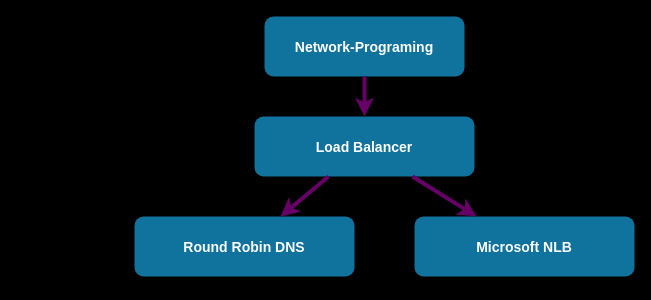
This is Nätverks.drawio from mogggen/Network-tests, a draw.io file, before an edit. Source tidied: cells renumbered, new cells numbered last; positions are measured from the earlier drawing's top-left corner, leaving out a move shared by most shapes. Both pictures are drawn from the tidied source at 100%, with x=0, y=0 at pixel (134, 16).
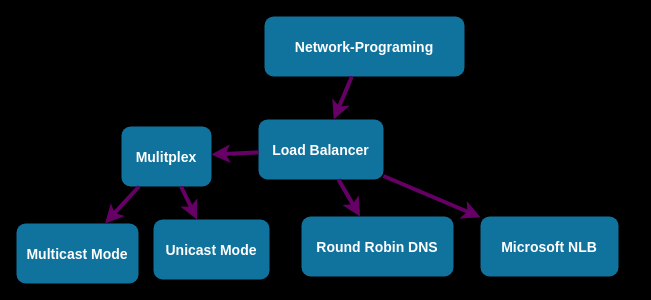
The same diagram, later.

Commit message:
more junk *sad yeti noices*

What changed in the source:
```diff
@@
 <mxGraphModel background="#000000">
   <root>
     <mxCell id="0" />
     <mxCell id="1" parent="0" />
     <mxCell id="2" value="Network-Programing" style="rounded=1;fillColor=#10739E;strokeColor=none;shadow=1;gradientColor=none;fontStyle=1;fontColor=#FFFFFF;fontSize=14;" parent="1" vertex="1">
       <mxGeometry x="130" width="200" height="60" as="geometry" />
     </mxCell>
     <mxCell id="3" value="Load Balancer" style="rounded=1;fillColor=#10739E;strokeColor=none;shadow=1;gradientColor=none;fontStyle=1;fontColor=#FFFFFF;fontSize=14;" parent="1" vertex="1">
-      <mxGeometry x="120" y="100" width="220" height="60" as="geometry" />
+      <mxGeometry x="124" y="103" width="125" height="60" as="geometry" />
     </mxCell>
     <mxCell id="4" value="Round Robin DNS" style="rounded=1;fillColor=#10739E;strokeColor=none;shadow=1;gradientColor=none;fontStyle=1;fontColor=#FFFFFF;fontSize=14;" parent="1" vertex="1">
-      <mxGeometry y="200" width="220" height="60" as="geometry" />
+      <mxGeometry x="167" y="200" width="152" height="60" as="geometry" />
     </mxCell>
     <mxCell id="5" value="Microsoft NLB" style="rounded=1;fillColor=#10739E;strokeColor=none;shadow=1;gradientColor=none;fontStyle=1;fontColor=#FFFFFF;fontSize=14;" parent="1" vertex="1">
-      <mxGeometry x="280" y="200" width="220" height="60" as="geometry" />
+      <mxGeometry x="346" y="200" width="138" height="60" as="geometry" />
     </mxCell>
     <mxCell id="6" style="endArrow=classic;html=1;strokeColor=#660066;strokeWidth=4;" parent="1" edge="1" source="3" target="4">
       <mxGeometry relative="1" as="geometry" />
     </mxCell>
     <mxCell id="7" style="endArrow=classic;html=1;strokeColor=#660066;rounded=0;strokeWidth=4;" parent="1" edge="1" source="3" target="5">
       <mxGeometry relative="1" as="geometry" />
     </mxCell>
     <mxCell id="8" style="endArrow=classic;html=1;strokeWidth=4;strokeColor=#660066;" parent="1" edge="1" source="2" target="3">
       <mxGeometry relative="1" as="geometry" />
     </mxCell>
+    <mxCell id="9" value="Mulitplex" style="rounded=1;fillColor=#10739E;strokeColor=none;shadow=1;gradientColor=none;fontStyle=1;fontColor=#FFFFFF;fontSize=14;" parent="1" vertex="1">
+      <mxGeometry x="-13" y="110" width="90" height="60" as="geometry" />
+    </mxCell>
+    <mxCell id="10" style="endArrow=classic;html=1;strokeColor=#660066;strokeWidth=4;" parent="1" edge="1" source="3" target="9">
+      <mxGeometry relative="1" as="geometry" />
+    </mxCell>
+    <mxCell id="11" value="Unicast Mode" style="rounded=1;fillColor=#10739E;strokeColor=none;shadow=1;gradientColor=none;fontStyle=1;fontColor=#FFFFFF;fontSize=14;" parent="1" vertex="1">
+      <mxGeometry x="19" y="203" width="116" height="60" as="geometry" />
+    </mxCell>
+    <mxCell id="12" style="endArrow=classic;html=1;strokeColor=#660066;strokeWidth=4;" parent="1" edge="1" source="9" target="11">
+      <mxGeometry relative="1" as="geometry" />
+    </mxCell>
+    <mxCell id="13" value="Multicast Mode" style="rounded=1;fillColor=#10739E;strokeColor=none;shadow=1;gradientColor=none;fontStyle=1;fontColor=#FFFFFF;fontSize=14;" parent="1" vertex="1">
+      <mxGeometry x="-118" y="207" width="122" height="60" as="geometry" />
+    </mxCell>
+    <mxCell id="14" style="endArrow=classic;html=1;strokeColor=#660066;strokeWidth=4;" parent="1" edge="1" source="9" target="13">
+      <mxGeometry relative="1" as="geometry" />
+    </mxCell>
   </root>
 </mxGraphModel>
```
